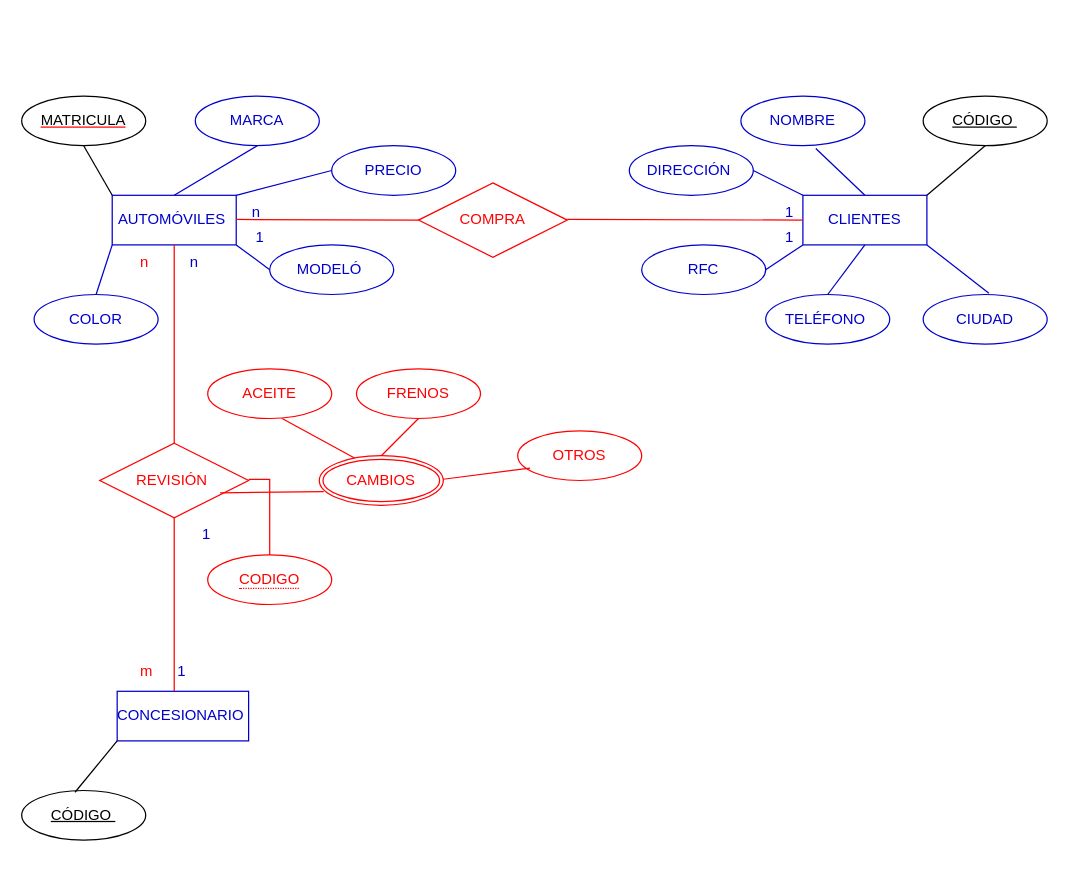
Earlier version of the draw.io diagram Venta de Autos.drawio (IVONNE80/BASE-DE-DATOS). Source tidied: cells renumbered, new cells numbered last; positions are measured from the earlier drawing's top-left corner, leaving out a move shared by most shapes. Both pictures are drawn from the tidied source at 124%, with x=0, y=0 at pixel (21, 95).
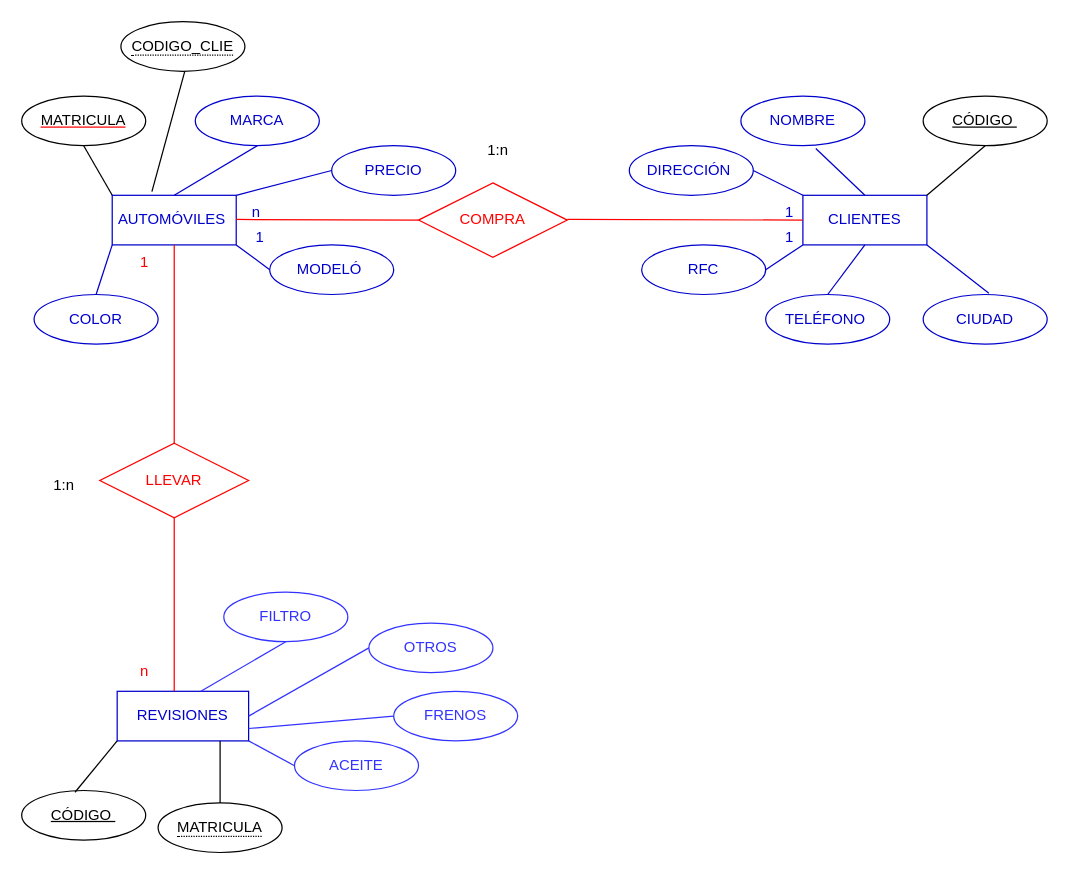
The same page after the edit.

The change refers to these unchanged cells:
```xml
<mxCell id="2" value="AUTOMÓVILES&amp;nbsp;" style="whiteSpace=wrap;html=1;align=center;strokeColor=#0000CC;fontColor=#0000CC;fillColor=#FFFFFF;" parent="1" vertex="1">
  <mxGeometry x="73" y="80" width="100" height="40" as="geometry" />
</mxCell>
```

Change to the diagram source:
```diff
@@
-    <mxCell id="5" value="CONCESIONARIO&amp;nbsp;" style="whiteSpace=wrap;html=1;align=center;strokeColor=#0000CC;fontColor=#0000CC;fillColor=#FFFFFF;" parent="1" vertex="1">
+    <mxCell id="5" value="REVISIONES" style="whiteSpace=wrap;html=1;align=center;strokeColor=#0000CC;fontColor=#0000CC;fillColor=#FFFFFF;" parent="1" vertex="1">
       <mxGeometry x="77" y="480" width="106" height="40" as="geometry" />
     </mxCell>
-    <mxCell id="6" value="&lt;font color=&quot;#ff0000&quot;&gt;REVISIÓN&amp;nbsp;&lt;/font&gt;" style="shape=rhombus;perimeter=rhombusPerimeter;whiteSpace=wrap;html=1;align=center;strokeColor=#FF0000;fontColor=#0000CC;fillColor=#FFFFFF;" parent="1" vertex="1">
+    <mxCell id="6" value="&lt;font color=&quot;#ff0000&quot;&gt;LLEVAR&lt;/font&gt;" style="shape=rhombus;perimeter=rhombusPerimeter;whiteSpace=wrap;html=1;align=center;strokeColor=#FF0000;fontColor=#0000CC;fillColor=#FFFFFF;" parent="1" vertex="1">
       <mxGeometry x="63" y="280" width="120" height="60" as="geometry" />
     </mxCell>
@@
-    <mxCell id="39" value="1" style="text;strokeColor=none;fillColor=none;spacingLeft=4;spacingRight=4;overflow=hidden;fontSize=12;fontColor=#0000CC;" parent="1" vertex="1">
-      <mxGeometry x="120" y="450" width="20" height="30" as="geometry" />
-    </mxCell>
-    <mxCell id="40" value="n" style="text;strokeColor=none;fillColor=none;spacingLeft=4;spacingRight=4;overflow=hidden;fontSize=12;fontColor=#0000CC;" parent="1" vertex="1">
-      <mxGeometry x="130" y="120" width="20" height="30" as="geometry" />
-    </mxCell>
-    <mxCell id="41" value="&lt;font color=&quot;#ff0000&quot;&gt;ACEITE&lt;/font&gt;" style="ellipse;whiteSpace=wrap;html=1;align=center;strokeColor=#FF0000;fontColor=#0000CC;fillColor=#FFFFFF;" parent="1" vertex="1">
-      <mxGeometry x="150" y="220" width="100" height="40" as="geometry" />
+    <mxCell id="41" value="&lt;font color=&quot;#3333ff&quot;&gt;ACEITE&lt;/font&gt;" style="ellipse;whiteSpace=wrap;html=1;align=center;strokeColor=#3333FF;fontColor=#0000CC;fillColor=#FFFFFF;" parent="1" vertex="1">
+      <mxGeometry x="220" y="520" width="100" height="40" as="geometry" />
     </mxCell>
-    <mxCell id="42" value="CAMBIOS" style="ellipse;shape=doubleEllipse;margin=3;whiteSpace=wrap;html=1;align=center;strokeColor=#FF0000;fontColor=#FF0000;fillColor=#FFFFFF;" parent="1" vertex="1">
-      <mxGeometry x="240" y="290" width="100" height="40" as="geometry" />
-    </mxCell>
-    <mxCell id="43" value="&lt;font color=&quot;#ff0000&quot;&gt;FRENOS&lt;/font&gt;" style="ellipse;whiteSpace=wrap;html=1;align=center;strokeColor=#FF0000;fontColor=#0000CC;fillColor=#FFFFFF;" parent="1" vertex="1">
-      <mxGeometry x="270" y="220" width="100" height="40" as="geometry" />
+    <mxCell id="43" value="&lt;font color=&quot;#3333ff&quot;&gt;FRENOS&lt;/font&gt;" style="ellipse;whiteSpace=wrap;html=1;align=center;strokeColor=#3333FF;fontColor=#0000CC;fillColor=#FFFFFF;" parent="1" vertex="1">
+      <mxGeometry x="300" y="480" width="100" height="40" as="geometry" />
     </mxCell>
-    <mxCell id="44" value="&lt;font color=&quot;#ff0000&quot;&gt;OTROS&lt;/font&gt;" style="ellipse;whiteSpace=wrap;html=1;align=center;strokeColor=#FF0000;fontColor=#0000CC;fillColor=#FFFFFF;" parent="1" vertex="1">
-      <mxGeometry x="400" y="270" width="100" height="40" as="geometry" />
+    <mxCell id="44" value="&lt;font color=&quot;#3333ff&quot;&gt;OTROS&lt;/font&gt;" style="ellipse;whiteSpace=wrap;html=1;align=center;strokeColor=#3333FF;fontColor=#0000CC;fillColor=#FFFFFF;" parent="1" vertex="1">
+      <mxGeometry x="280" y="425" width="100" height="40" as="geometry" />
     </mxCell>
-    <mxCell id="45" value="1" style="text;strokeColor=none;fillColor=none;spacingLeft=4;spacingRight=4;overflow=hidden;fontSize=12;fontColor=#0000CC;" parent="1" vertex="1">
-      <mxGeometry x="140" y="340" width="20" height="30" as="geometry" />
-    </mxCell>
-    <mxCell id="46" value="&lt;span style=&quot;border-bottom: 1px dotted&quot;&gt;CODIGO&lt;/span&gt;" style="ellipse;whiteSpace=wrap;html=1;align=center;strokeColor=#FF0000;fontColor=#FF0000;fillColor=#FFFFFF;" parent="1" vertex="1">
-      <mxGeometry x="150" y="370" width="100" height="40" as="geometry" />
-    </mxCell>
-    <mxCell id="47" style="endArrow=none;html=1;rounded=0;strokeColor=#FF0000;fontColor=#FF0000;entryX=0.5;entryY=0;entryDx=0;entryDy=0;" parent="1" edge="1" target="46">
-      <mxGeometry relative="1" as="geometry">
-        <mxPoint x="183" y="309" as="sourcePoint" />
-        <Array as="points">
-          <mxPoint x="200" y="309" />
-        </Array>
-      </mxGeometry>
-    </mxCell>
-    <mxCell id="48" style="endArrow=none;html=1;rounded=0;strokeColor=#FF0000;fontColor=#FF0000;entryX=0.036;entryY=0.725;entryDx=0;entryDy=0;entryPerimeter=0;" parent="1" edge="1" target="42">
-      <mxGeometry relative="1" as="geometry">
-        <mxPoint x="160" y="320" as="sourcePoint" />
-      </mxGeometry>
-    </mxCell>
-    <mxCell id="49" style="endArrow=none;html=1;rounded=0;strokeColor=#FF0000;fontColor=#FF0000;" parent="1" edge="1">
-      <mxGeometry relative="1" as="geometry">
-        <mxPoint x="340" y="309" as="sourcePoint" />
-        <mxPoint x="410" y="300" as="targetPoint" />
-      </mxGeometry>
+    <mxCell id="49" style="endArrow=none;html=1;rounded=0;strokeColor=#3333FF;fontColor=#FF0000;entryX=0;entryY=0.5;entryDx=0;entryDy=0;exitX=1;exitY=0.5;exitDx=0;exitDy=0;" parent="1" edge="1" source="5" target="44">
+      <mxGeometry relative="1" as="geometry" />
     </mxCell>
-    <mxCell id="50" style="endArrow=none;html=1;rounded=0;strokeColor=#FF0000;fontColor=#FF0000;exitX=0.5;exitY=0;exitDx=0;exitDy=0;entryX=0.5;entryY=1;entryDx=0;entryDy=0;" parent="1" edge="1" source="42" target="43">
+    <mxCell id="50" style="endArrow=none;html=1;rounded=0;strokeColor=#3333FF;fontColor=#FF0000;entryX=0;entryY=0.5;entryDx=0;entryDy=0;exitX=1;exitY=0.75;exitDx=0;exitDy=0;" parent="1" edge="1" source="5" target="43">
       <mxGeometry relative="1" as="geometry" />
     </mxCell>
-    <mxCell id="51" style="endArrow=none;html=1;rounded=0;strokeColor=#FF0000;fontColor=#FF0000;exitX=0.284;exitY=0.045;exitDx=0;exitDy=0;exitPerimeter=0;" parent="1" edge="1" source="42">
-      <mxGeometry relative="1" as="geometry">
-        <mxPoint x="210" y="260" as="targetPoint" />
-      </mxGeometry>
+    <mxCell id="51" style="endArrow=none;html=1;rounded=0;strokeColor=#3333FF;fontColor=#FF0000;entryX=1;entryY=1;entryDx=0;entryDy=0;exitX=0;exitY=0.5;exitDx=0;exitDy=0;" parent="1" edge="1" source="41" target="5">
+      <mxGeometry relative="1" as="geometry" />
     </mxCell>
-    <mxCell id="52" value="n" style="text;strokeColor=none;fillColor=none;spacingLeft=4;spacingRight=4;overflow=hidden;fontSize=12;fontColor=#FF0000;" parent="1" vertex="1">
+    <mxCell id="52" value="1" style="text;strokeColor=none;fillColor=none;spacingLeft=4;spacingRight=4;overflow=hidden;fontSize=12;fontColor=#FF0000;" parent="1" vertex="1">
       <mxGeometry x="90" y="120" width="20" height="30" as="geometry" />
     </mxCell>
-    <mxCell id="53" value="m" style="text;strokeColor=none;fillColor=none;spacingLeft=4;spacingRight=4;overflow=hidden;fontSize=12;fontColor=#FF0000;" parent="1" vertex="1">
+    <mxCell id="53" value="n" style="text;strokeColor=none;fillColor=none;spacingLeft=4;spacingRight=4;overflow=hidden;fontSize=12;fontColor=#FF0000;" parent="1" vertex="1">
       <mxGeometry x="90" y="450" width="20" height="30" as="geometry" />
     </mxCell>
+    <mxCell id="54" value="1:n" style="text;strokeColor=none;fillColor=none;spacingLeft=4;spacingRight=4;overflow=hidden;fontSize=12;" parent="1" vertex="1">
+      <mxGeometry x="370" y="30" width="40" height="30" as="geometry" />
+    </mxCell>
+    <mxCell id="55" style="endArrow=none;html=1;rounded=0;entryX=0.5;entryY=1;entryDx=0;entryDy=0;exitX=0.32;exitY=-0.075;exitDx=0;exitDy=0;exitPerimeter=0;" parent="1" edge="1" source="2">
+      <mxGeometry relative="1" as="geometry">
+        <mxPoint x="131.5" y="-20" as="targetPoint" />
+      </mxGeometry>
+    </mxCell>
+    <mxCell id="56" value="&lt;span style=&quot;border-bottom: 1px dotted&quot;&gt;CODIGO_CLIE&lt;/span&gt;" style="ellipse;whiteSpace=wrap;html=1;align=center;" parent="1" vertex="1">
+      <mxGeometry x="80" y="-60" width="100" height="40" as="geometry" />
+    </mxCell>
+    <mxCell id="57" value="1:n" style="text;strokeColor=none;fillColor=none;spacingLeft=4;spacingRight=4;overflow=hidden;fontSize=12;" parent="1" vertex="1">
+      <mxGeometry x="20" y="300" width="40" height="30" as="geometry" />
+    </mxCell>
+    <mxCell id="58" value="&lt;font color=&quot;#3333ff&quot;&gt;FILTRO&lt;/font&gt;" style="ellipse;whiteSpace=wrap;html=1;align=center;strokeColor=#3333FF;fontColor=#0000CC;fillColor=#FFFFFF;" parent="1" vertex="1">
+      <mxGeometry x="163" y="400" width="100" height="40" as="geometry" />
+    </mxCell>
+    <mxCell id="59" value="&lt;span style=&quot;border-bottom: 1px dotted&quot;&gt;MATRICULA&lt;/span&gt;" style="ellipse;whiteSpace=wrap;html=1;align=center;" parent="1" vertex="1">
+      <mxGeometry x="110" y="570" width="100" height="40" as="geometry" />
+    </mxCell>
+    <mxCell id="60" style="endArrow=none;html=1;rounded=0;strokeColor=#3333FF;fontColor=#FF0000;entryX=0.5;entryY=1;entryDx=0;entryDy=0;exitX=1;exitY=0.5;exitDx=0;exitDy=0;" parent="1" edge="1" target="58">
+      <mxGeometry relative="1" as="geometry">
+        <mxPoint x="144.5" y="480" as="sourcePoint" />
+      </mxGeometry>
+    </mxCell>
+    <mxCell id="61" style="endArrow=none;html=1;rounded=0;strokeColor=#000000;fontColor=#000000;" parent="1" edge="1">
+      <mxGeometry relative="1" as="geometry">
+        <mxPoint x="160" y="570" as="sourcePoint" />
+        <mxPoint x="160" y="520" as="targetPoint" />
+      </mxGeometry>
+    </mxCell>
```
